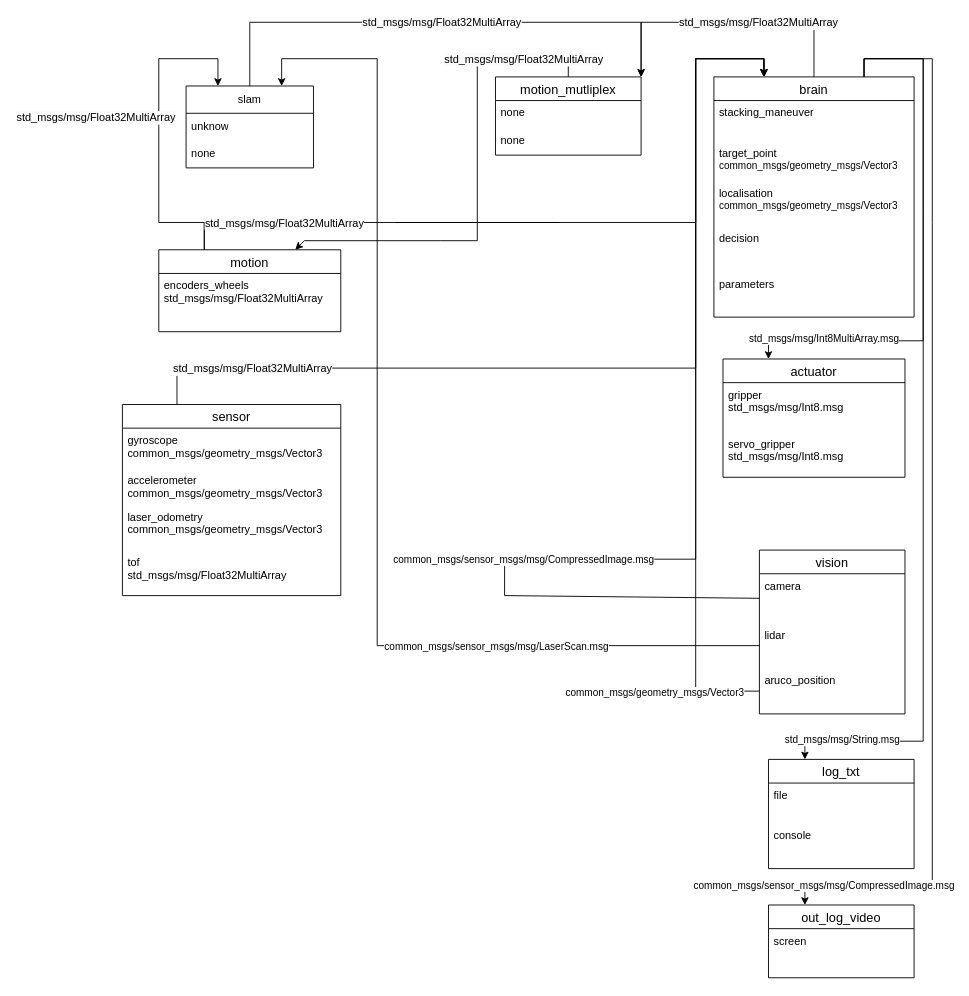
The draw.io diagram software/software_cdf_2025.drawio in Betamax58/coupe-de-france, before the edit. Source tidied: cells renumbered, new cells numbered last; positions are measured from the earlier drawing's top-left corner, leaving out a move shared by most shapes. Both pictures are drawn from the tidied source at 91%, with x=0, y=0 at pixel (122, 22).
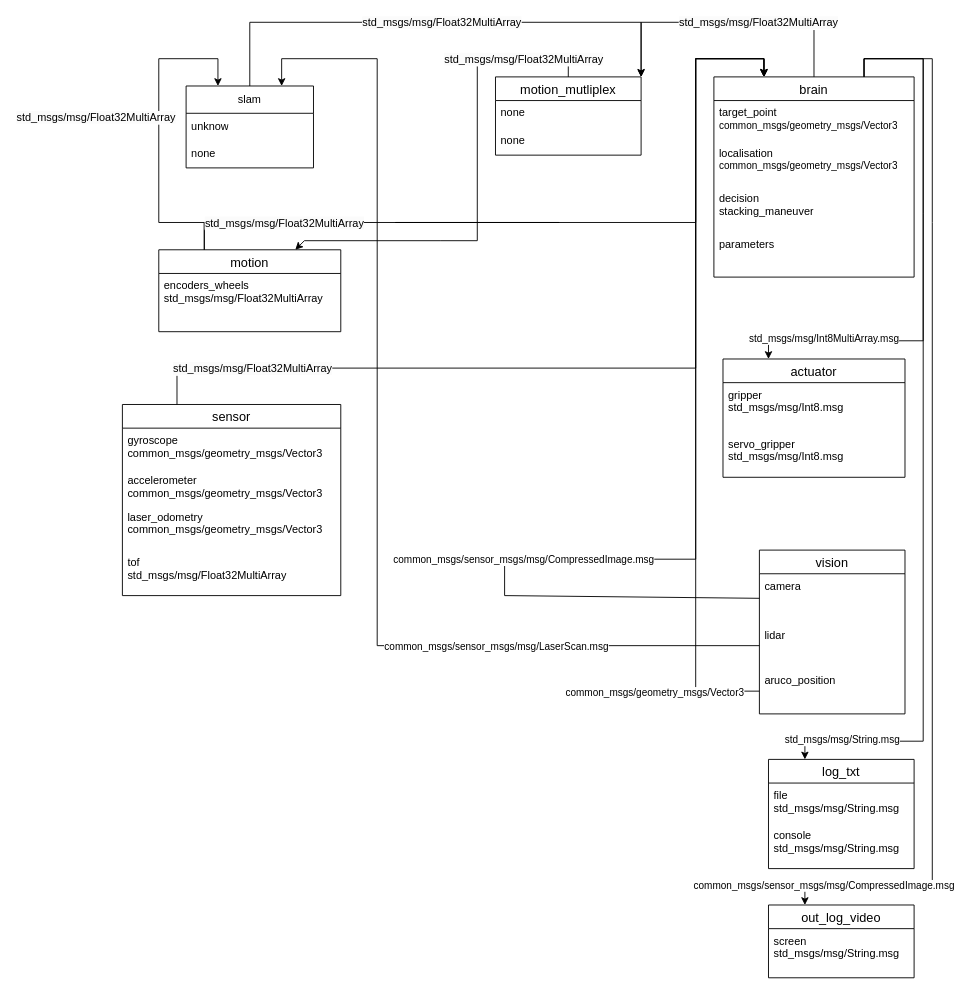
The same diagram, later.

Commit message (it also covers changes not shown here):
Mettre à jour software_cdf_2025.drawio

Unchanged cells that the change refers to:
```xml
<mxCell id="46" value="log_txt" style="swimlane;fontStyle=0;horizontal=1;startSize=26;align=center;fontSize=14;" parent="1" vertex="1">
  <mxGeometry x="710" y="810" width="160" height="120" as="geometry" />
</mxCell>
<mxCell id="51" value="out_log_video" style="swimlane;fontStyle=0;horizontal=1;startSize=26;align=center;fontSize=14;" parent="1" vertex="1">
  <mxGeometry x="710" y="970" width="160" height="80" as="geometry" />
</mxCell>
```

Diff of the diagram source:
```diff
@@
     <mxCell id="16" value="brain" style="swimlane;fontStyle=0;horizontal=1;startSize=26;align=center;fontSize=14;" parent="1" vertex="1">
-      <mxGeometry x="650" y="60" width="220" height="264" as="geometry" />
+      <mxGeometry x="650" y="60" width="220" height="220" as="geometry" />
     </mxCell>
-    <mxCell id="17" value="stacking_maneuver" style="text;strokeColor=none;fillColor=none;spacingLeft=4;spacingRight=4;overflow=hidden;fontSize=12;whiteSpace=wrap;html=1;" parent="16" vertex="1">
-      <mxGeometry y="26" width="220" height="44" as="geometry" />
-    </mxCell>
     <mxCell id="18" value="target_point&lt;br&gt;&lt;span style=&quot;font-size: 11px; text-align: center; text-wrap-mode: nowrap; background-color: rgb(255, 255, 255);&quot;&gt;common_msgs/geometry_msgs/Vector3&lt;/span&gt;" style="text;strokeColor=none;fillColor=none;spacingLeft=4;spacingRight=4;overflow=hidden;fontSize=12;whiteSpace=wrap;html=1;" parent="16" vertex="1">
-      <mxGeometry y="70" width="220" height="44" as="geometry" />
+      <mxGeometry y="26" width="220" height="44" as="geometry" />
     </mxCell>
     <mxCell id="19" value="localisation&lt;div&gt;&lt;span style=&quot;font-size: 11px; text-align: center; text-wrap-mode: nowrap; background-color: rgb(255, 255, 255);&quot;&gt;common_msgs/geometry_msgs/Vector3&lt;/span&gt;&lt;/div&gt;" style="text;strokeColor=none;fillColor=none;spacingLeft=4;spacingRight=4;overflow=hidden;fontSize=12;whiteSpace=wrap;html=1;" parent="16" vertex="1">
-      <mxGeometry y="114" width="220" height="50" as="geometry" />
+      <mxGeometry y="70" width="220" height="50" as="geometry" />
     </mxCell>
-    <mxCell id="20" value="decision" style="text;strokeColor=none;fillColor=none;spacingLeft=4;spacingRight=4;overflow=hidden;fontSize=12;whiteSpace=wrap;html=1;" parent="16" vertex="1">
-      <mxGeometry y="164" width="220" height="50" as="geometry" />
+    <mxCell id="20" value="decision&lt;br&gt;stacking_maneuver" style="text;strokeColor=none;fillColor=none;spacingLeft=4;spacingRight=4;overflow=hidden;fontSize=12;whiteSpace=wrap;html=1;" parent="16" vertex="1">
+      <mxGeometry y="120" width="220" height="50" as="geometry" />
     </mxCell>
     <mxCell id="21" value="parameters" style="text;strokeColor=none;fillColor=none;spacingLeft=4;spacingRight=4;overflow=hidden;fontSize=12;whiteSpace=wrap;html=1;" parent="16" vertex="1">
-      <mxGeometry y="214" width="220" height="50" as="geometry" />
+      <mxGeometry y="170" width="220" height="50" as="geometry" />
     </mxCell>
@@
-    <mxCell id="47" value="file" style="text;strokeColor=none;fillColor=none;spacingLeft=4;spacingRight=4;overflow=hidden;fontSize=12;whiteSpace=wrap;html=1;" parent="46" vertex="1">
+    <mxCell id="47" value="file&lt;br&gt;std_msgs/msg/String.msg" style="text;strokeColor=none;fillColor=none;spacingLeft=4;spacingRight=4;overflow=hidden;fontSize=12;whiteSpace=wrap;html=1;" parent="46" vertex="1">
       <mxGeometry y="26" width="160" height="44" as="geometry" />
     </mxCell>
-    <mxCell id="48" value="console" style="text;strokeColor=none;fillColor=none;spacingLeft=4;spacingRight=4;overflow=hidden;fontSize=12;whiteSpace=wrap;html=1;" parent="46" vertex="1">
+    <mxCell id="48" value="console&lt;br&gt;std_msgs/msg/String.msg" style="text;strokeColor=none;fillColor=none;spacingLeft=4;spacingRight=4;overflow=hidden;fontSize=12;whiteSpace=wrap;html=1;" parent="46" vertex="1">
       <mxGeometry y="70" width="160" height="50" as="geometry" />
     </mxCell>
@@
-    <mxCell id="52" value="screen" style="text;strokeColor=none;fillColor=none;spacingLeft=4;spacingRight=4;overflow=hidden;fontSize=12;whiteSpace=wrap;html=1;" parent="51" vertex="1">
+    <mxCell id="52" value="screen&lt;br&gt;std_msgs/msg/String.msg&lt;div&gt;&lt;br/&gt;&lt;/div&gt;" style="text;strokeColor=none;fillColor=none;spacingLeft=4;spacingRight=4;overflow=hidden;fontSize=12;whiteSpace=wrap;html=1;" parent="51" vertex="1">
       <mxGeometry y="26" width="160" height="54" as="geometry" />
     </mxCell>
```
